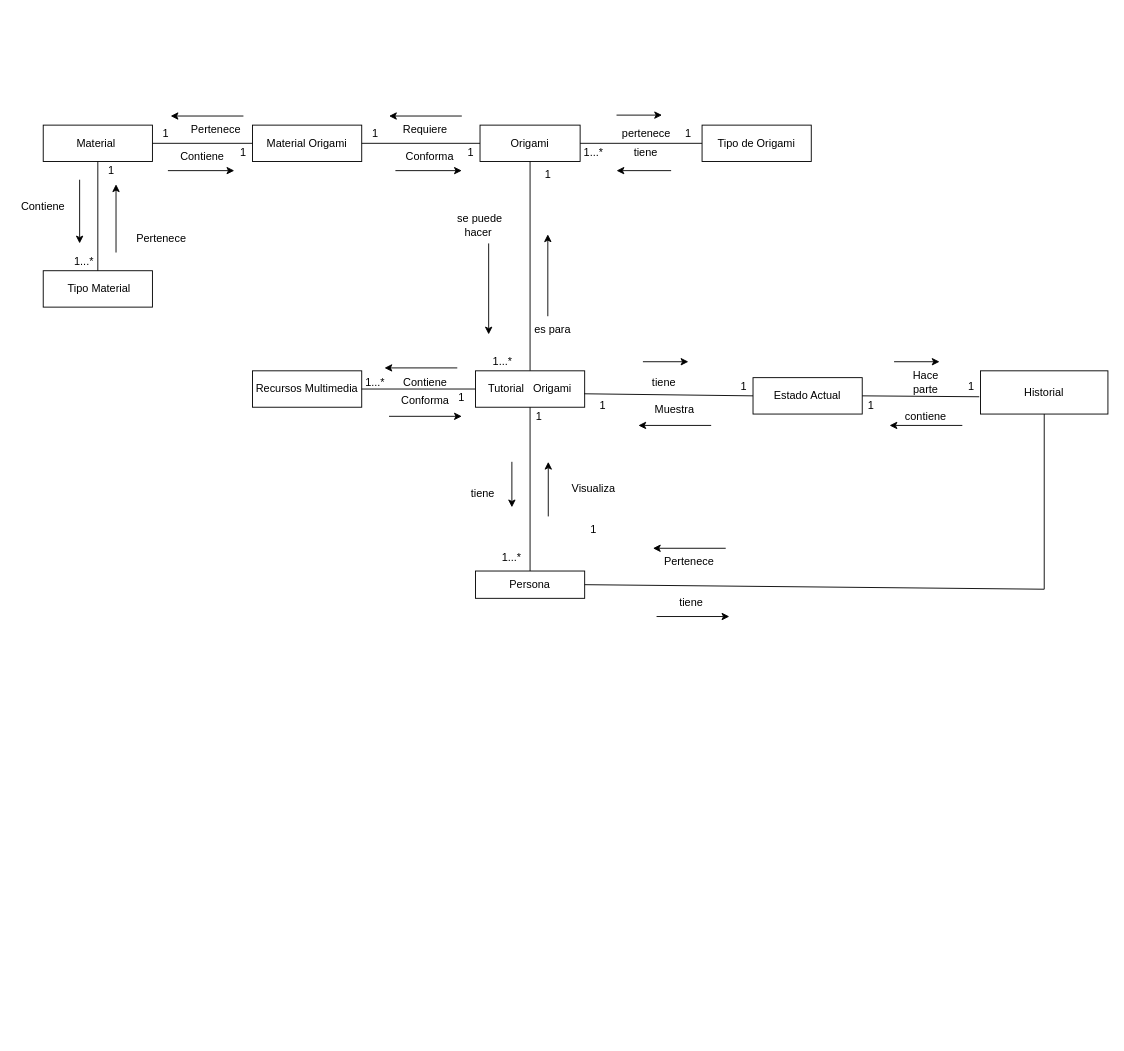
Above: ModeloDeDominio3D.drawio in andrescastillo1996/documentacionMundoOrigami (draw.io), before the change. Source tidied: cells renumbered, new cells numbered last; positions are measured from the earlier drawing's top-left corner, leaving out a move shared by most shapes. Both pictures are drawn from the tidied source at 91%, with x=0, y=0 at pixel (15, 115).
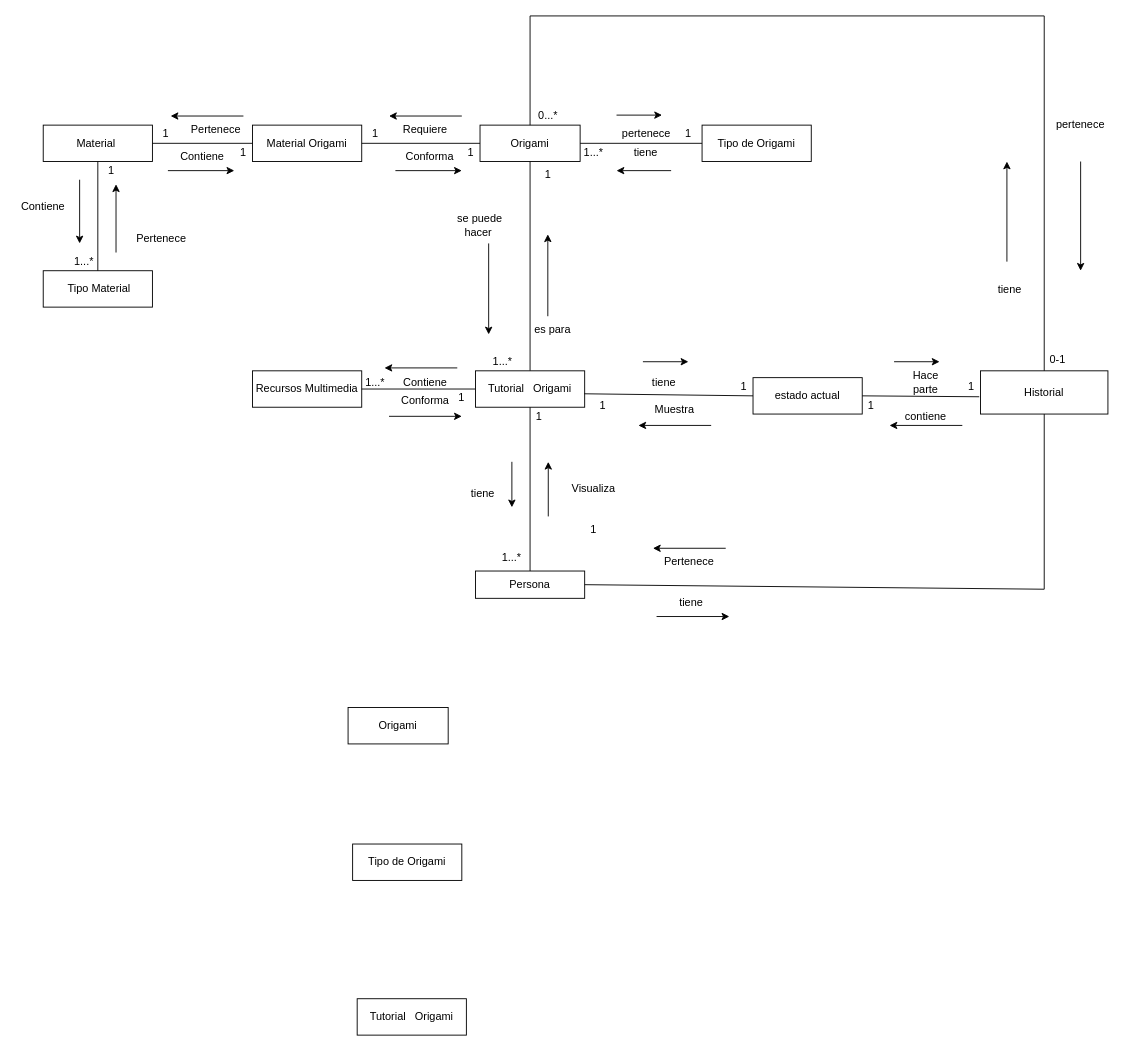
The same page after the edit.

Unchanged cells that the change refers to:
```xml
<mxCell id="3" value="Origami" style="rounded=0;whiteSpace=wrap;html=1;" parent="1" vertex="1">
  <mxGeometry x="510" y="11" width="110" height="40" as="geometry" />
</mxCell>
<mxCell id="4" value="Historial" style="rounded=0;whiteSpace=wrap;html=1;" parent="1" vertex="1">
  <mxGeometry x="1060" y="281" width="140" height="47.5" as="geometry" />
</mxCell>
```

Change to the diagram source:
```diff
@@
-    <mxCell id="35" value="Estado Actual" style="rounded=0;whiteSpace=wrap;html=1;" parent="1" vertex="1">
+    <mxCell id="35" value="estado actual" style="rounded=0;whiteSpace=wrap;html=1;" parent="1" vertex="1">
       <mxGeometry x="810" y="288.5" width="120" height="40" as="geometry" />
     </mxCell>
@@
+    <mxCell id="81" value="Origami" style="rounded=0;whiteSpace=wrap;html=1;" parent="1" vertex="1">
+      <mxGeometry x="365" y="651" width="110" height="40" as="geometry" />
+    </mxCell>
+    <mxCell id="82" value="Tipo de Origami" style="rounded=0;whiteSpace=wrap;html=1;" parent="1" vertex="1">
+      <mxGeometry x="370" y="801" width="120" height="40" as="geometry" />
+    </mxCell>
+    <mxCell id="83" value="Tutorial&amp;nbsp; &amp;nbsp;Origami" style="rounded=0;whiteSpace=wrap;html=1;" parent="1" vertex="1">
+      <mxGeometry x="375" y="971" width="120" height="40" as="geometry" />
+    </mxCell>
+    <mxCell id="84" style="endArrow=none;html=1;rounded=0;entryX=0.5;entryY=0;entryDx=0;entryDy=0;exitX=0.5;exitY=0;exitDx=0;exitDy=0;" parent="1" edge="1" source="3" target="4">
+      <mxGeometry relative="1" as="geometry">
+        <Array as="points">
+          <mxPoint x="565" y="-109" />
+          <mxPoint x="1130" y="-109" />
+        </Array>
+      </mxGeometry>
+    </mxCell>
+    <mxCell id="85" style="endArrow=classic;html=1;rounded=0;" parent="1" edge="1">
+      <mxGeometry relative="1" as="geometry">
+        <mxPoint x="1089" y="161" as="sourcePoint" />
+        <mxPoint x="1089" y="51" as="targetPoint" />
+      </mxGeometry>
+    </mxCell>
+    <mxCell id="86" value="tiene&amp;nbsp;" style="text;html=1;strokeColor=none;fillColor=none;align=center;verticalAlign=middle;whiteSpace=wrap;rounded=0;" parent="1" vertex="1">
+      <mxGeometry x="1064" y="177" width="60" height="30" as="geometry" />
+    </mxCell>
+    <mxCell id="87" value="0...*" style="text;html=1;strokeColor=none;fillColor=none;align=center;verticalAlign=middle;whiteSpace=wrap;rounded=0;" parent="1" vertex="1">
+      <mxGeometry x="570" y="-9" width="30" height="20" as="geometry" />
+    </mxCell>
+    <mxCell id="88" style="endArrow=classic;html=1;rounded=0;" parent="1" edge="1">
+      <mxGeometry relative="1" as="geometry">
+        <mxPoint x="1170" y="51" as="sourcePoint" />
+        <mxPoint x="1170" y="171" as="targetPoint" />
+      </mxGeometry>
+    </mxCell>
+    <mxCell id="89" value="pertenece" style="text;html=1;strokeColor=none;fillColor=none;align=center;verticalAlign=middle;whiteSpace=wrap;rounded=0;" parent="1" vertex="1">
+      <mxGeometry x="1140" y="1" width="60" height="20" as="geometry" />
+    </mxCell>
+    <mxCell id="90" value="0-1" style="text;html=1;strokeColor=none;fillColor=none;align=center;verticalAlign=middle;whiteSpace=wrap;rounded=0;" parent="1" vertex="1">
+      <mxGeometry x="1130" y="258.5" width="30" height="20" as="geometry" />
+    </mxCell>
```
